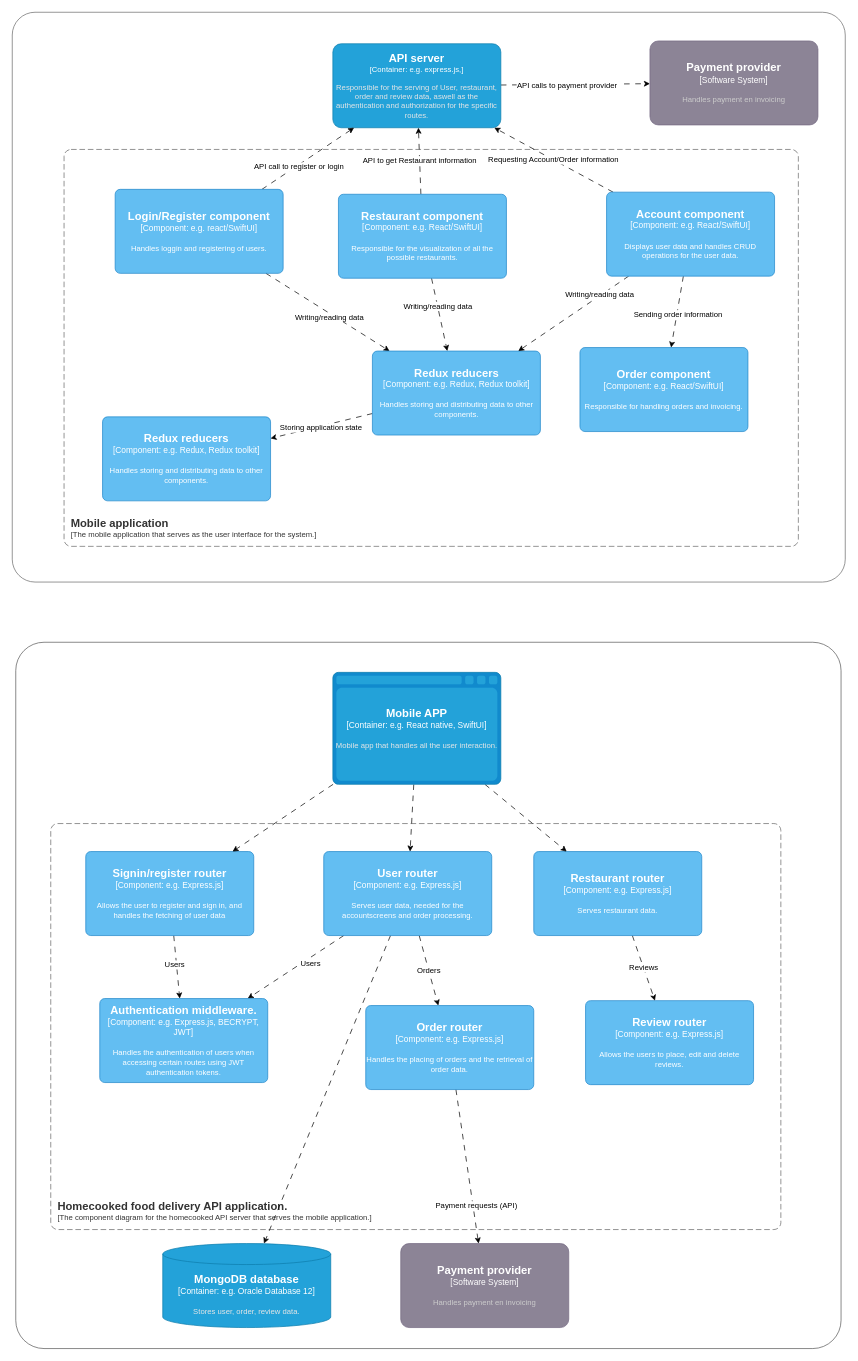
Above: Documentatie/Onderzoek/C4-Component.drawio in JJbings/Homecooked (draw.io), before the change. Source tidied: cells renumbered, new cells numbered last; positions are measured from the earlier drawing's top-left corner, leaving out a move shared by most shapes. Both pictures are drawn from the tidied source at 70%, with x=0, y=0 at pixel (12, 12).
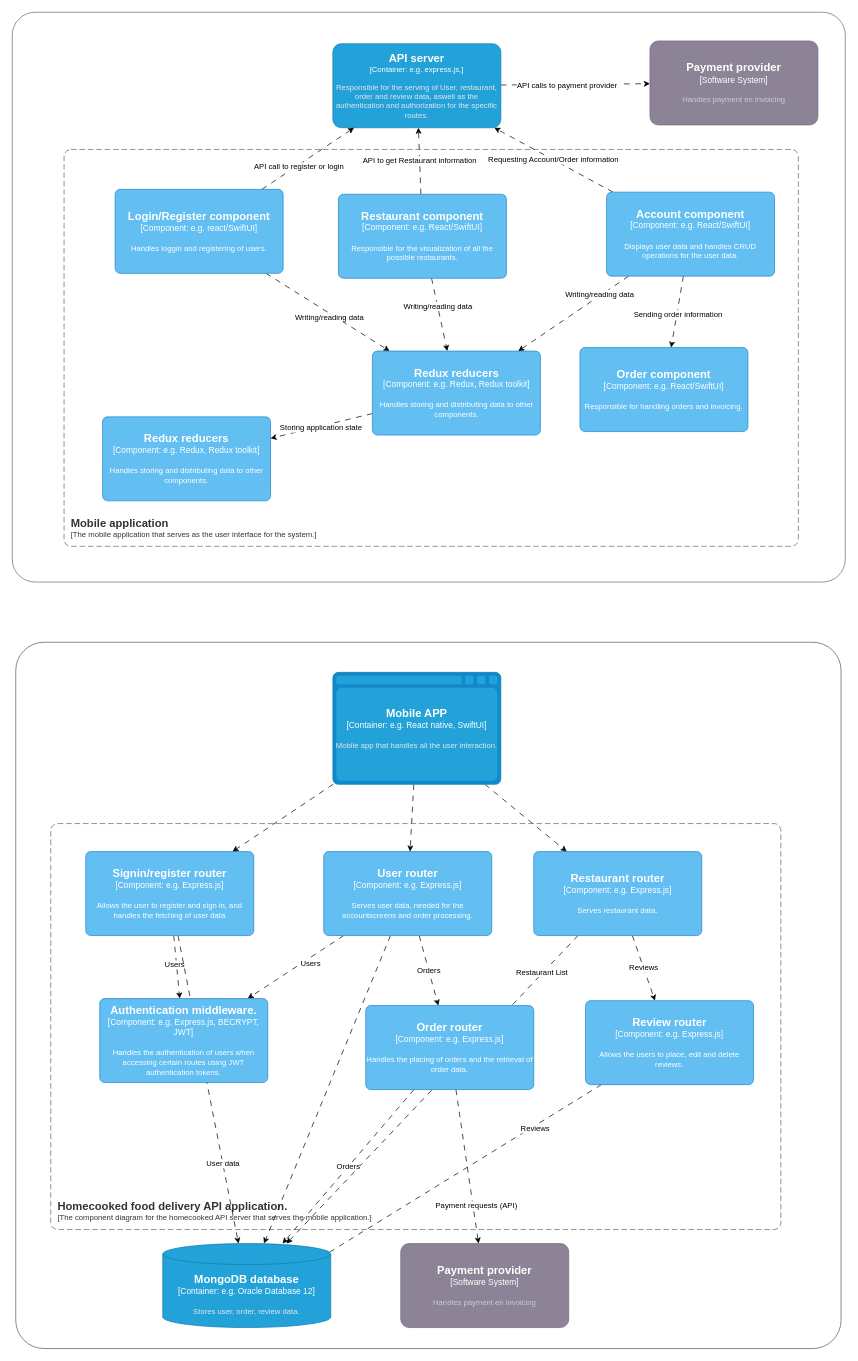
The same page after the edit.

Unchanged cells that the change refers to:
```xml
<object id="6" label="&lt;font style=&quot;font-size: 16px&quot;&gt;&lt;b&gt;%c4Name%&lt;/b&gt;&lt;/font&gt;&lt;div&gt;[%c4Type%: %c4Technology%]&lt;/div&gt;&lt;br&gt;&lt;div&gt;&lt;font style=&quot;font-size: 11px&quot;&gt;%c4Description%&lt;/font&gt;&lt;/div&gt;" c4Description="Allows the user to register and sign in, and handles the fetching of user data" c4Name="Signin/register router" c4Technology="e.g. Express.js" c4Type="Component" placeholders="1">
  <mxCell style="rounded=1;whiteSpace=wrap;html=1;labelBackgroundColor=none;fillColor=#63BEF2;fontColor=#ffffff;align=center;arcSize=6;strokeColor=#2086C9;points=[[0.25,0,0],[0.5,0,0],[0.75,0,0],[1,0.25,0],[1,0.5,0],[1,0.75,0],[0.75,1,0],[0.5,1,0],[0.25,1,0],[0,0.75,0],[0,0.5,0],[0,0.25,0]];" parent="1" vertex="1">
    <mxGeometry x="105" y="1199" width="240" height="120" as="geometry" />
  </mxCell>
</object>
<object id="7" label="&lt;font style=&quot;font-size: 16px&quot;&gt;&lt;b&gt;%c4Name%&lt;/b&gt;&lt;/font&gt;&lt;div&gt;[%c4Type%: %c4Technology%]&lt;/div&gt;&lt;br&gt;&lt;div&gt;&lt;font style=&quot;font-size: 11px&quot;&gt;%c4Description%&lt;/font&gt;&lt;/div&gt;" c4Description="Allows the users to place, edit and delete reviews." c4Name="Review router" c4Technology="e.g. Express.js" c4Type="Component" placeholders="1">
  <mxCell style="rounded=1;whiteSpace=wrap;html=1;labelBackgroundColor=none;fillColor=#63BEF2;fontColor=#ffffff;align=center;arcSize=6;strokeColor=#2086C9;points=[[0.25,0,0],[0.5,0,0],[0.75,0,0],[1,0.25,0],[1,0.5,0],[1,0.75,0],[0.75,1,0],[0.5,1,0],[0.25,1,0],[0,0.75,0],[0,0.5,0],[0,0.25,0]];" parent="1" vertex="1">
    <mxGeometry x="819" y="1412" width="240" height="120" as="geometry" />
  </mxCell>
</object>
<object id="15" label="&lt;font style=&quot;font-size: 16px&quot;&gt;&lt;b&gt;%c4Name%&lt;/b&gt;&lt;/font&gt;&lt;div&gt;[%c4Type%: %c4Technology%]&lt;/div&gt;&lt;br&gt;&lt;div&gt;&lt;font style=&quot;font-size: 11px&quot;&gt;%c4Description%&lt;/font&gt;&lt;/div&gt;" c4Description="Serves restaurant data." c4Name="Restaurant router" c4Technology="e.g. Express.js" c4Type="Component" placeholders="1">
  <mxCell style="rounded=1;whiteSpace=wrap;html=1;labelBackgroundColor=none;fillColor=#63BEF2;fontColor=#ffffff;align=center;arcSize=6;strokeColor=#2086C9;points=[[0.25,0,0],[0.5,0,0],[0.75,0,0],[1,0.25,0],[1,0.5,0],[1,0.75,0],[0.75,1,0],[0.5,1,0],[0.25,1,0],[0,0.75,0],[0,0.5,0],[0,0.25,0]];" parent="1" vertex="1">
    <mxGeometry x="745" y="1199" width="240" height="120" as="geometry" />
  </mxCell>
</object>
<object id="18" label="&lt;font style=&quot;font-size: 16px&quot;&gt;&lt;b&gt;%c4Name%&lt;/b&gt;&lt;/font&gt;&lt;div&gt;[%c4Type%: %c4Technology%]&lt;/div&gt;&lt;br&gt;&lt;div&gt;&lt;font style=&quot;font-size: 11px&quot;&gt;%c4Description%&lt;/font&gt;&lt;/div&gt;" c4Description="Handles the placing of orders and the retrieval of order data." c4Name="Order router" c4Technology="e.g. Express.js" c4Type="Component" placeholders="1">
  <mxCell style="rounded=1;whiteSpace=wrap;html=1;labelBackgroundColor=none;fillColor=#63BEF2;fontColor=#ffffff;align=center;arcSize=6;strokeColor=#2086C9;points=[[0.25,0,0],[0.5,0,0],[0.75,0,0],[1,0.25,0],[1,0.5,0],[1,0.75,0],[0.75,1,0],[0.5,1,0],[0.25,1,0],[0,0.75,0],[0,0.5,0],[0,0.25,0]];" parent="1" vertex="1">
    <mxGeometry x="505" y="1419" width="240" height="120" as="geometry" />
  </mxCell>
</object>
<object id="19" label="&lt;font style=&quot;font-size: 16px&quot;&gt;&lt;b&gt;%c4Type%&lt;/b&gt;&lt;/font&gt;&lt;div&gt;[%c4Container%:&amp;nbsp;%c4Technology%]&lt;/div&gt;&lt;br&gt;&lt;div&gt;&lt;font style=&quot;font-size: 11px&quot;&gt;&lt;font color=&quot;#E6E6E6&quot;&gt;%c4Description%&lt;/font&gt;&lt;/div&gt;" c4Container="Container" c4Description="Stores user, order, review data." c4Technology="e.g. Oracle Database 12" c4Type="MongoDB database" placeholders="1">
  <mxCell style="shape=cylinder3;size=15;whiteSpace=wrap;html=1;boundedLbl=1;rounded=0;labelBackgroundColor=none;fillColor=#23A2D9;fontSize=12;fontColor=#ffffff;align=center;strokeColor=#0E7DAD;points=[[0.5,0,0],[1,0.25,0],[1,0.5,0],[1,0.75,0],[0.5,1,0],[0,0.75,0],[0,0.5,0],[0,0.25,0]];" parent="1" vertex="1">
    <mxGeometry x="215" y="1759" width="240" height="120" as="geometry" />
  </mxCell>
</object>
```

Diff of the diagram source:
```diff
@@
+    <mxCell id="51" style="rounded=0;jettySize=auto;html=1;dashed=1;dashPattern=8 8;" parent="1" edge="1" source="6" target="19">
+      <mxGeometry relative="1" as="geometry" />
+    </mxCell>
+    <mxCell id="52" value="User data&lt;br&gt;" style="edgeLabel;html=1;align=center;verticalAlign=middle;" parent="51" vertex="1">
+      <mxGeometry x="0.48" relative="1" as="geometry" />
+    </mxCell>
@@
+    <mxCell id="53" style="rounded=0;jettySize=auto;html=1;entryX=0.93;entryY=0.18;entryDx=0;entryDy=0;entryPerimeter=0;dashed=1;dashPattern=8 8;" parent="1" edge="1" source="7" target="19">
+      <mxGeometry relative="1" as="geometry" />
+    </mxCell>
+    <mxCell id="54" value="Reviews" style="edgeLabel;html=1;align=center;verticalAlign=middle;" parent="53" vertex="1">
+      <mxGeometry x="-0.52" y="3" relative="1" as="geometry" />
+    </mxCell>
@@
+    <mxCell id="55" style="rounded=0;jettySize=auto;html=1;dashed=1;dashPattern=8 8;" parent="1" edge="1" source="15" target="19">
+      <mxGeometry relative="1" as="geometry" />
+    </mxCell>
+    <mxCell id="56" value="Restaurant List&amp;nbsp;" style="edgeLabel;html=1;align=center;verticalAlign=middle;" parent="55" vertex="1">
+      <mxGeometry x="-0.76" y="-1" relative="1" as="geometry" />
+    </mxCell>
@@
+    <mxCell id="57" value="Orders" style="rounded=0;jettySize=auto;html=1;dashed=1;dashPattern=8 8;" parent="1" edge="1" source="18" target="19">
+      <mxGeometry relative="1" as="geometry" />
+    </mxCell>
```
